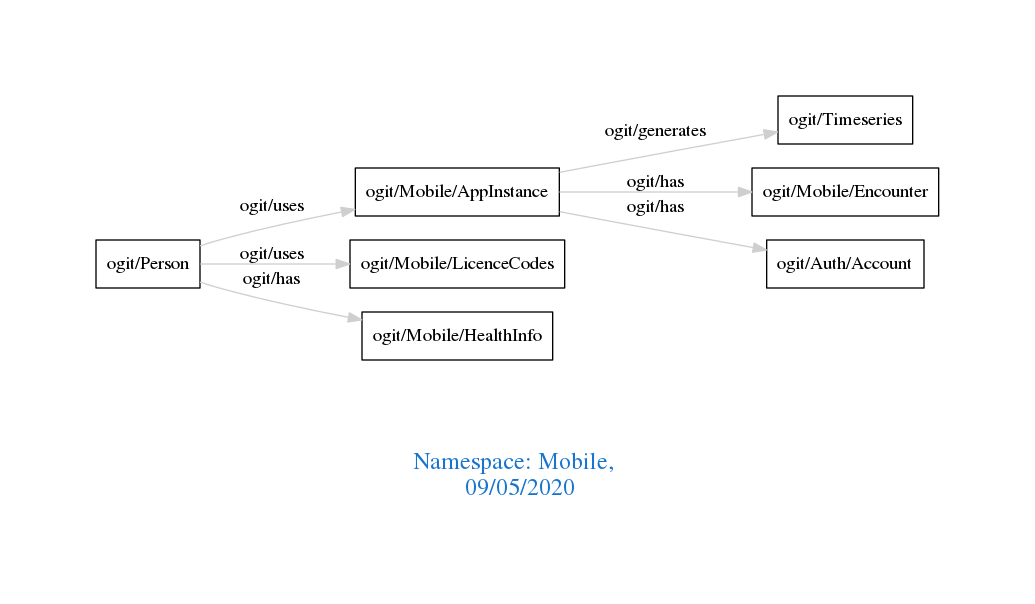
Above: downloads/Mobile.png in arago/OGIT (Graphviz), before the change. Its source is kept beside it as downloads/Mobile.dot.
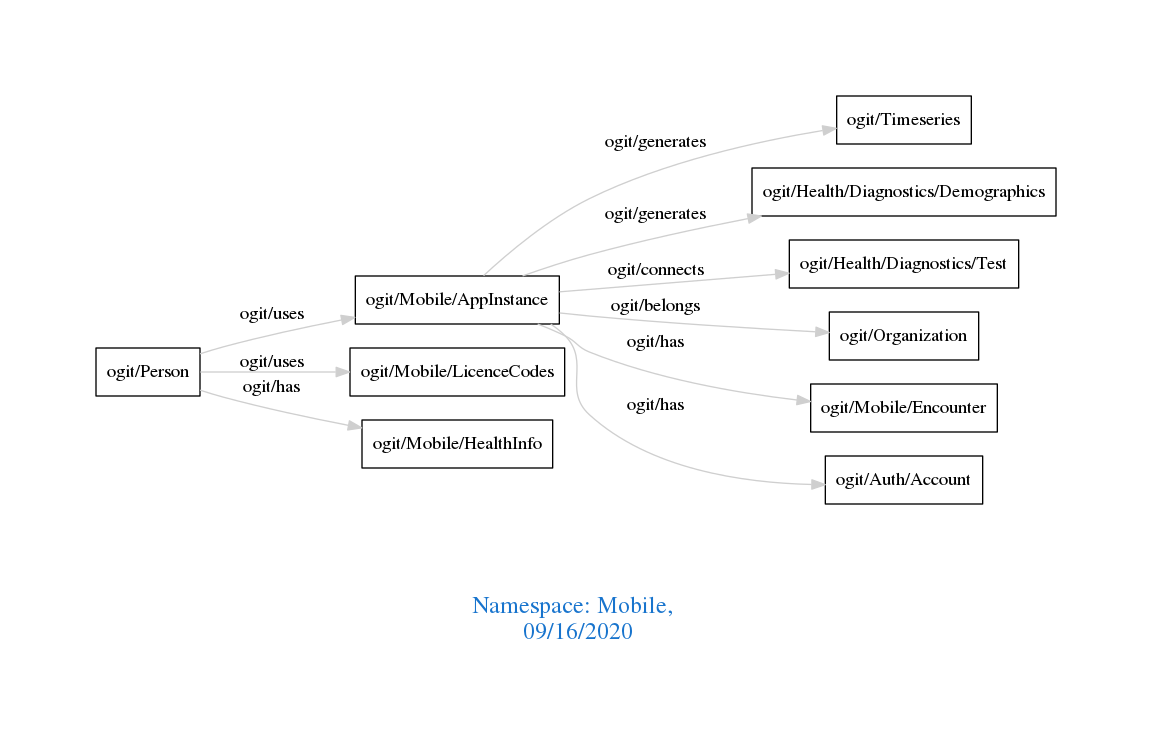
The same file after the commit.

Change to the diagram source:
```diff
@@ -1,11 +1,14 @@
 digraph OGIT_ontology {
  graph [ rankdir= LR,pad=1
 fontsize = 18,
-fontcolor= dodgerblue3,label = "\n\n\nNamespace: Mobile, \n 09/05/2020"];
+fontcolor= dodgerblue3,label = "\n\n\nNamespace: Mobile, \n 09/16/2020"];
 node[shape=polygon];
 edge [  color="gray81"];
 
    "ogit/Mobile/AppInstance" -> "ogit/Timeseries" [label="   ogit/generates    "];
+   "ogit/Mobile/AppInstance" -> "ogit/Health/Diagnostics/Demographics" [label="   ogit/generates    "];
+   "ogit/Mobile/AppInstance" -> "ogit/Health/Diagnostics/Test" [label="   ogit/connects    "];
+   "ogit/Mobile/AppInstance" -> "ogit/Organization" [label="   ogit/belongs    "];
    "ogit/Person" -> "ogit/Mobile/AppInstance" [label="   ogit/uses    "];
    "ogit/Person" -> "ogit/Mobile/LicenceCodes" [label="   ogit/uses    "];
    "ogit/Mobile/AppInstance" -> "ogit/Mobile/Encounter" [label="   ogit/has    "];
```
